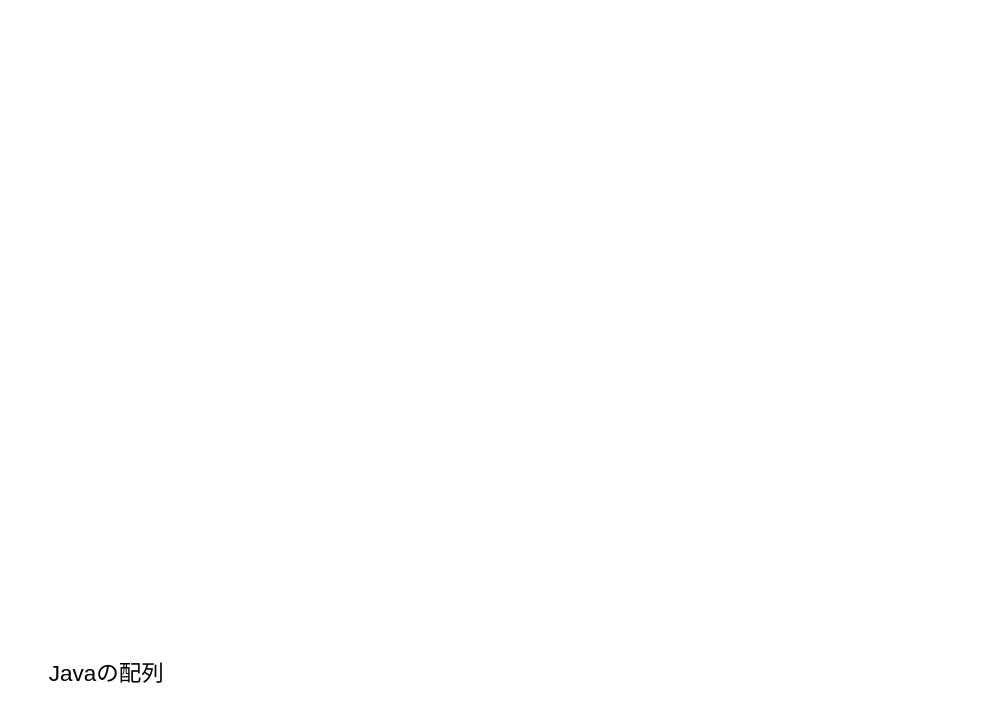
This is documents/Java基礎.drawio from mkuwan/functional, a draw.io file, before an edit. Source tidied: cells renumbered, new cells numbered last; positions are measured from the earlier drawing's top-left corner, leaving out a move shared by most shapes. Both pictures are drawn from the tidied source at 125%, with x=0, y=0 at pixel (46, 652).
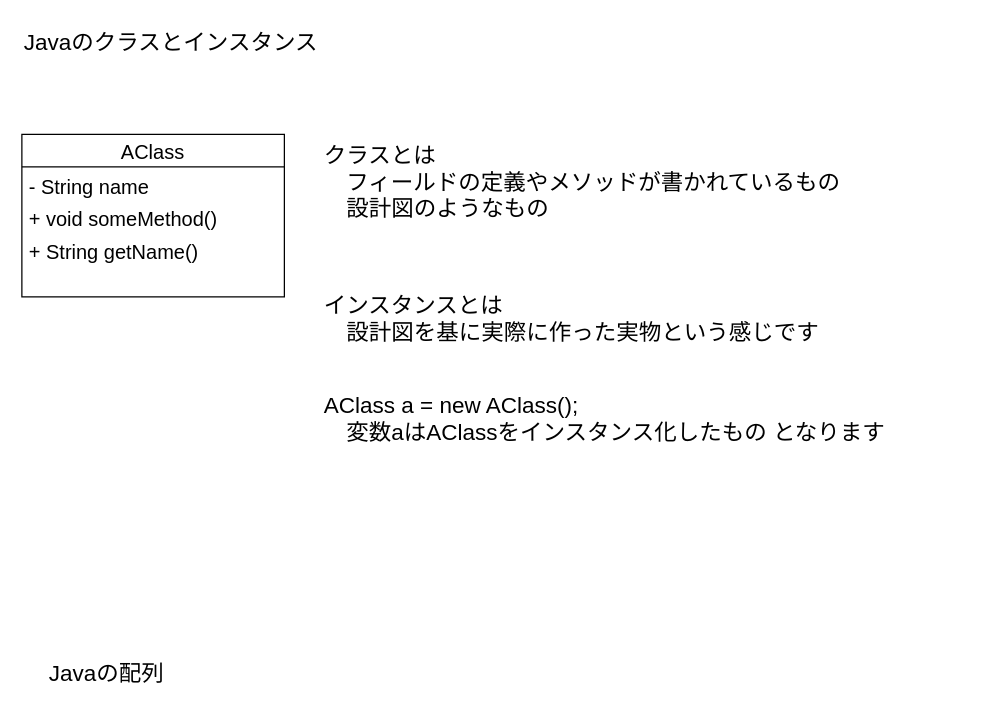
The same diagram, later.

Commit message:
Javaの基礎DrawIo追加

The edit, as a diff of the source:
```diff
@@
 <mxGraphModel>
   <root>
     <mxCell id="0" />
     <mxCell id="1" parent="0" />
     <mxCell id="2" value="Javaの配列" style="text;html=1;strokeColor=none;fillColor=none;align=left;verticalAlign=top;whiteSpace=wrap;rounded=0;fontSize=18;" parent="1" vertex="1">
       <mxGeometry width="290" height="40" as="geometry" />
     </mxCell>
+    <mxCell id="3" value="Javaのクラスとインスタンス" style="text;html=1;strokeColor=none;fillColor=none;align=left;verticalAlign=top;whiteSpace=wrap;rounded=0;fontSize=18;" parent="1" vertex="1">
+      <mxGeometry x="-20" y="-505" width="290" height="40" as="geometry" />
+    </mxCell>
+    <mxCell id="4" value="AClass" style="swimlane;fontStyle=0;horizontal=1;startSize=26;fillColor=none;fontSize=16;" parent="1" vertex="1">
+      <mxGeometry x="-20" y="-415" width="210" height="130" as="geometry" />
+    </mxCell>
+    <mxCell id="5" value="- String name" style="text;strokeColor=none;fillColor=none;align=left;verticalAlign=top;spacingLeft=4;spacingRight=4;overflow=hidden;fontSize=16;" parent="4" vertex="1">
+      <mxGeometry y="26" width="210" height="26" as="geometry" />
+    </mxCell>
+    <mxCell id="6" value="+ void someMethod()" style="text;strokeColor=none;fillColor=none;align=left;verticalAlign=top;spacingLeft=4;spacingRight=4;overflow=hidden;fontSize=16;" parent="4" vertex="1">
+      <mxGeometry y="52" width="210" height="26" as="geometry" />
+    </mxCell>
+    <mxCell id="7" value="+ String getName()" style="text;strokeColor=none;fillColor=none;align=left;verticalAlign=top;spacingLeft=4;spacingRight=4;overflow=hidden;fontSize=16;" parent="4" vertex="1">
+      <mxGeometry y="78" width="210" height="26" as="geometry" />
+    </mxCell>
+    <mxCell id="8" value=" " style="text;strokeColor=none;fillColor=none;align=left;verticalAlign=top;spacingLeft=4;spacingRight=4;overflow=hidden;fontSize=16;" parent="4" vertex="1">
+      <mxGeometry y="104" width="210" height="26" as="geometry" />
+    </mxCell>
+    <mxCell id="9" value="クラスとは&lt;br&gt;　フィールドの定義やメソッドが書かれているもの&lt;br&gt;　設計図のようなもの" style="text;html=1;strokeColor=none;fillColor=none;align=left;verticalAlign=top;whiteSpace=wrap;rounded=0;fontSize=18;" parent="1" vertex="1">
+      <mxGeometry x="220" y="-415" width="420" height="80" as="geometry" />
+    </mxCell>
+    <mxCell id="10" value="インスタンスとは&lt;br&gt;　設計図を基に実際に作った実物という感じです" style="text;html=1;strokeColor=none;fillColor=none;align=left;verticalAlign=top;whiteSpace=wrap;rounded=0;fontSize=18;" parent="1" vertex="1">
+      <mxGeometry x="220" y="-295" width="520" height="70" as="geometry" />
+    </mxCell>
+    <mxCell id="11" value="AClass a = new AClass();&lt;br&gt;　変数aはAClassをインスタンス化したもの となります" style="text;html=1;strokeColor=none;fillColor=none;align=left;verticalAlign=top;whiteSpace=wrap;rounded=0;fontSize=18;" parent="1" vertex="1">
+      <mxGeometry x="220" y="-215" width="510" height="60" as="geometry" />
+    </mxCell>
   </root>
 </mxGraphModel>
```
